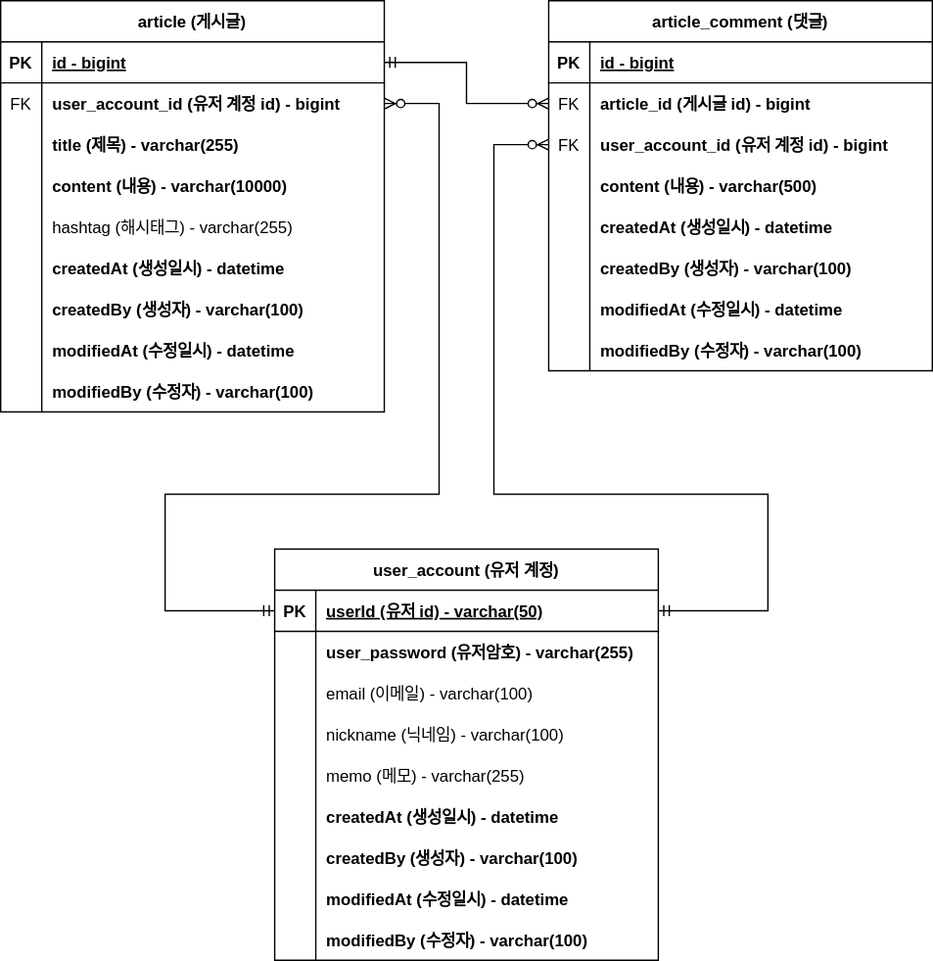
cpwoo/ProjectBoard keeps this draw.io diagram as document/project-board-erd.svg. Above is the earlier version. Source tidied: cells renumbered, new cells last; positions are measured from the earlier drawing's top-left corner, leaving out a move shared by most shapes.
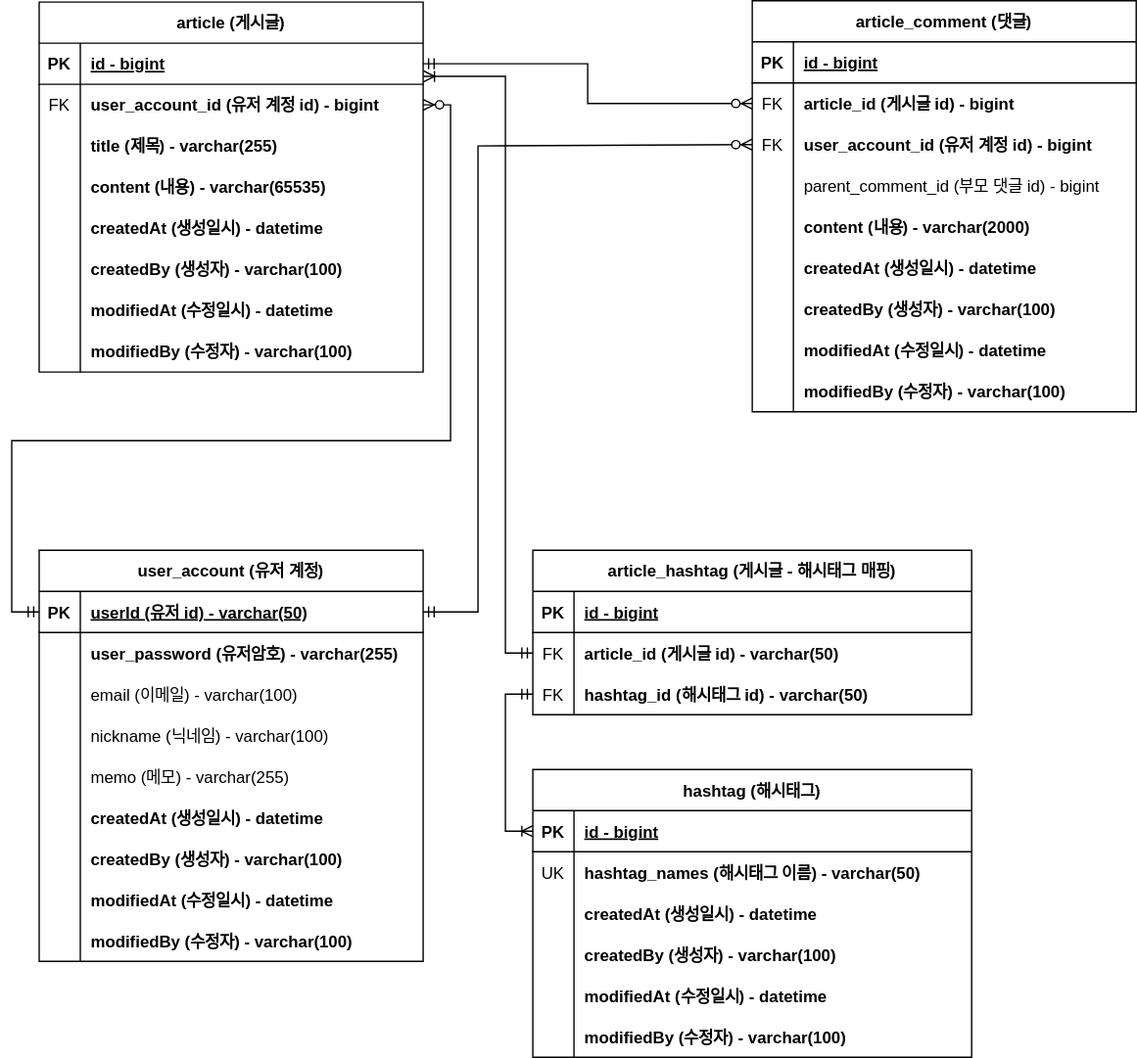
The same file after the commit.

Commit message:
#57 - project-board-erd.svg 업데이트: 대댓글, 해시태그

The edit, as a diff of the source:
```diff
@@ -3,7 +3,7 @@
     <mxCell id="0" />
     <mxCell id="1" parent="0" />
     <mxCell id="2" value="article (게시글)" style="shape=table;startSize=30;rowLines=0;fontStyle=1;align=center;" parent="1" vertex="1">
-      <mxGeometry width="280" height="300" as="geometry" />
+      <mxGeometry x="-40" width="280" height="270" as="geometry" />
     </mxCell>
     <mxCell id="3" style="shape=tableRow;horizontal=0;startSize=0;swimlaneHead=0;swimlaneBody=0;fillColor=none;points=[[0,0.5],[1,0.5]];portConstraint=eastwest;top=0;left=0;right=0;bottom=1;" parent="2" vertex="1">
       <mxGeometry y="30" width="280" height="30" as="geometry" />
@@ -38,20 +38,11 @@
     <mxCell id="13" style="shape=partialRectangle;fillColor=none;top=0;left=0;bottom=0;right=0;overflow=hidden;" parent="12" vertex="1">
       <mxGeometry width="30" height="30" as="geometry" />
     </mxCell>
-    <mxCell id="14" value="content (내용) - varchar(10000)" style="shape=partialRectangle;fillColor=none;top=0;left=0;bottom=0;right=0;align=left;spacingLeft=6;overflow=hidden;fontStyle=1;" parent="12" vertex="1">
+    <mxCell id="14" value="content (내용) - varchar(65535)" style="shape=partialRectangle;fillColor=none;top=0;left=0;bottom=0;right=0;align=left;spacingLeft=6;overflow=hidden;fontStyle=1;" parent="12" vertex="1">
       <mxGeometry x="30" width="250" height="30" as="geometry" />
     </mxCell>
-    <mxCell id="15" style="shape=tableRow;horizontal=0;startSize=0;swimlaneHead=0;swimlaneBody=0;fillColor=none;top=0;left=0;right=0;bottom=0;fontStyle=0;" parent="2" vertex="1">
-      <mxGeometry y="150" width="280" height="30" as="geometry" />
-    </mxCell>
-    <mxCell id="16" style="shape=partialRectangle;fillColor=none;top=0;left=0;bottom=0;right=0;overflow=hidden;" parent="15" vertex="1">
-      <mxGeometry width="30" height="30" as="geometry" />
-    </mxCell>
-    <mxCell id="17" value="hashtag (해시태그) - varchar(255)" style="shape=partialRectangle;fillColor=none;top=0;left=0;bottom=0;right=0;align=left;spacingLeft=6;overflow=hidden;fontStyle=0;" parent="15" vertex="1">
-      <mxGeometry x="30" width="250" height="30" as="geometry" />
-    </mxCell>
     <mxCell id="18" style="shape=tableRow;horizontal=0;startSize=0;swimlaneHead=0;swimlaneBody=0;fillColor=none;top=0;left=0;right=0;bottom=0;" parent="2" vertex="1">
-      <mxGeometry y="180" width="280" height="30" as="geometry" />
+      <mxGeometry y="150" width="280" height="30" as="geometry" />
     </mxCell>
     <mxCell id="19" style="shape=partialRectangle;fillColor=none;top=0;left=0;bottom=0;right=0;overflow=hidden;" parent="18" vertex="1">
       <mxGeometry width="30" height="30" as="geometry" />
@@ -60,7 +51,7 @@
       <mxGeometry x="30" width="250" height="30" as="geometry" />
     </mxCell>
     <mxCell id="21" style="shape=tableRow;horizontal=0;startSize=0;swimlaneHead=0;swimlaneBody=0;fillColor=none;top=0;left=0;right=0;bottom=0;" parent="2" vertex="1">
-      <mxGeometry y="210" width="280" height="30" as="geometry" />
+      <mxGeometry y="180" width="280" height="30" as="geometry" />
     </mxCell>
     <mxCell id="22" style="shape=partialRectangle;fillColor=none;top=0;left=0;bottom=0;right=0;overflow=hidden;" parent="21" vertex="1">
       <mxGeometry width="30" height="30" as="geometry" />
@@ -69,7 +60,7 @@
       <mxGeometry x="30" width="250" height="30" as="geometry" />
     </mxCell>
     <mxCell id="24" style="shape=tableRow;horizontal=0;startSize=0;swimlaneHead=0;swimlaneBody=0;fillColor=none;top=0;left=0;right=0;bottom=0;" parent="2" vertex="1">
-      <mxGeometry y="240" width="280" height="30" as="geometry" />
+      <mxGeometry y="210" width="280" height="30" as="geometry" />
     </mxCell>
     <mxCell id="25" style="shape=partialRectangle;fillColor=none;top=0;left=0;bottom=0;right=0;overflow=hidden;" parent="24" vertex="1">
       <mxGeometry width="30" height="30" as="geometry" />
@@ -78,7 +69,7 @@
       <mxGeometry x="30" width="250" height="30" as="geometry" />
     </mxCell>
     <mxCell id="27" style="shape=tableRow;horizontal=0;startSize=0;swimlaneHead=0;swimlaneBody=0;fillColor=none;top=0;left=0;right=0;bottom=0;" parent="2" vertex="1">
-      <mxGeometry y="270" width="280" height="30" as="geometry" />
+      <mxGeometry y="240" width="280" height="30" as="geometry" />
     </mxCell>
     <mxCell id="28" style="shape=partialRectangle;fillColor=none;top=0;left=0;bottom=0;right=0;overflow=hidden;" parent="27" vertex="1">
       <mxGeometry width="30" height="30" as="geometry" />
@@ -87,7 +78,7 @@
       <mxGeometry x="30" width="250" height="30" as="geometry" />
     </mxCell>
     <mxCell id="30" value="article_comment (댓글)" style="shape=table;startSize=30;rowLines=0;fontStyle=1;align=center;" parent="1" vertex="1">
-      <mxGeometry x="400" width="280" height="270" as="geometry" />
+      <mxGeometry x="480" y="-1" width="280" height="300" as="geometry" />
     </mxCell>
     <mxCell id="31" style="shape=tableRow;horizontal=0;startSize=0;swimlaneHead=0;swimlaneBody=0;fillColor=none;top=0;left=0;right=0;bottom=1;" parent="30" vertex="1">
       <mxGeometry y="30" width="280" height="30" as="geometry" />
@@ -116,17 +107,26 @@
     <mxCell id="39" value="user_account_id (유저 계정 id) - bigint" style="shape=partialRectangle;fillColor=none;top=0;left=0;bottom=0;right=0;align=left;spacingLeft=6;overflow=hidden;fontStyle=1;" parent="37" vertex="1">
       <mxGeometry x="30" width="250" height="30" as="geometry" />
     </mxCell>
+    <mxCell id="86" style="shape=tableRow;horizontal=0;startSize=0;swimlaneHead=0;swimlaneBody=0;fillColor=none;top=0;left=0;right=0;bottom=0;fontStyle=0;" parent="30" vertex="1">
+      <mxGeometry y="120" width="280" height="30" as="geometry" />
+    </mxCell>
+    <mxCell id="87" style="shape=partialRectangle;fillColor=none;top=0;left=0;bottom=0;right=0;overflow=hidden;" parent="86" vertex="1">
+      <mxGeometry width="30" height="30" as="geometry" />
+    </mxCell>
+    <mxCell id="88" value="parent_comment_id (부모 댓글 id) - bigint" style="shape=partialRectangle;fillColor=none;top=0;left=0;bottom=0;right=0;align=left;spacingLeft=6;overflow=hidden;fontStyle=0;" parent="86" vertex="1">
+      <mxGeometry x="30" width="250" height="30" as="geometry" />
+    </mxCell>
     <mxCell id="40" style="shape=tableRow;horizontal=0;startSize=0;swimlaneHead=0;swimlaneBody=0;fillColor=none;top=0;left=0;right=0;bottom=0;" parent="30" vertex="1">
-      <mxGeometry y="120" width="280" height="30" as="geometry" />
+      <mxGeometry y="150" width="280" height="30" as="geometry" />
     </mxCell>
     <mxCell id="41" style="shape=partialRectangle;fillColor=none;top=0;left=0;bottom=0;right=0;overflow=hidden;" parent="40" vertex="1">
       <mxGeometry width="30" height="30" as="geometry" />
     </mxCell>
-    <mxCell id="42" value="content (내용) - varchar(500)" style="shape=partialRectangle;fillColor=none;top=0;left=0;bottom=0;right=0;align=left;spacingLeft=6;overflow=hidden;fontStyle=1;" parent="40" vertex="1">
+    <mxCell id="42" value="content (내용) - varchar(2000)" style="shape=partialRectangle;fillColor=none;top=0;left=0;bottom=0;right=0;align=left;spacingLeft=6;overflow=hidden;fontStyle=1;" parent="40" vertex="1">
       <mxGeometry x="30" width="250" height="30" as="geometry" />
     </mxCell>
     <mxCell id="43" style="shape=tableRow;horizontal=0;startSize=0;swimlaneHead=0;swimlaneBody=0;fillColor=none;top=0;left=0;right=0;bottom=0;" parent="30" vertex="1">
-      <mxGeometry y="150" width="280" height="30" as="geometry" />
+      <mxGeometry y="180" width="280" height="30" as="geometry" />
     </mxCell>
     <mxCell id="44" style="shape=partialRectangle;fillColor=none;top=0;left=0;bottom=0;right=0;overflow=hidden;" parent="43" vertex="1">
       <mxGeometry width="30" height="30" as="geometry" />
@@ -135,7 +135,7 @@
       <mxGeometry x="30" width="250" height="30" as="geometry" />
     </mxCell>
     <mxCell id="46" style="shape=tableRow;horizontal=0;startSize=0;swimlaneHead=0;swimlaneBody=0;fillColor=none;top=0;left=0;right=0;bottom=0;" parent="30" vertex="1">
-      <mxGeometry y="180" width="280" height="30" as="geometry" />
+      <mxGeometry y="210" width="280" height="30" as="geometry" />
     </mxCell>
     <mxCell id="47" style="shape=partialRectangle;fillColor=none;top=0;left=0;bottom=0;right=0;overflow=hidden;" parent="46" vertex="1">
       <mxGeometry width="30" height="30" as="geometry" />
@@ -144,7 +144,7 @@
       <mxGeometry x="30" width="250" height="30" as="geometry" />
     </mxCell>
     <mxCell id="49" style="shape=tableRow;horizontal=0;startSize=0;swimlaneHead=0;swimlaneBody=0;fillColor=none;top=0;left=0;right=0;bottom=0;" parent="30" vertex="1">
-      <mxGeometry y="210" width="280" height="30" as="geometry" />
+      <mxGeometry y="240" width="280" height="30" as="geometry" />
     </mxCell>
     <mxCell id="50" style="shape=partialRectangle;fillColor=none;top=0;left=0;bottom=0;right=0;overflow=hidden;" parent="49" vertex="1">
       <mxGeometry width="30" height="30" as="geometry" />
@@ -153,7 +153,7 @@
       <mxGeometry x="30" width="250" height="30" as="geometry" />
     </mxCell>
     <mxCell id="52" style="shape=tableRow;horizontal=0;startSize=0;swimlaneHead=0;swimlaneBody=0;fillColor=none;top=0;left=0;right=0;bottom=0;" parent="30" vertex="1">
-      <mxGeometry y="240" width="280" height="30" as="geometry" />
+      <mxGeometry y="270" width="280" height="30" as="geometry" />
     </mxCell>
     <mxCell id="53" style="shape=partialRectangle;fillColor=none;top=0;left=0;bottom=0;right=0;overflow=hidden;" parent="52" vertex="1">
       <mxGeometry width="30" height="30" as="geometry" />
@@ -162,7 +162,7 @@
       <mxGeometry x="30" width="250" height="30" as="geometry" />
     </mxCell>
     <mxCell id="55" value="user_account (유저 계정)" style="shape=table;startSize=30;rowLines=0;fontStyle=1;align=center;" parent="1" vertex="1">
-      <mxGeometry x="200" y="400" width="280" height="300" as="geometry" />
+      <mxGeometry x="-40" y="400" width="280" height="300" as="geometry" />
     </mxCell>
     <mxCell id="56" style="shape=tableRow;horizontal=0;startSize=0;swimlaneHead=0;swimlaneBody=0;fillColor=none;points=[[0,0.5],[1,0.5]];portConstraint=eastwest;top=0;left=0;right=0;bottom=1;" parent="55" vertex="1">
       <mxGeometry y="30" width="280" height="30" as="geometry" />
@@ -248,25 +248,126 @@
     <mxCell id="83" style="fontSize=12;html=1;endArrow=ERzeroToMany;startArrow=ERmandOne;rounded=0;exitX=0;exitY=0.5;exitDx=0;exitDy=0;entryX=1;entryY=0.5;entryDx=0;entryDy=0;edgeStyle=orthogonalEdgeStyle;" parent="1" edge="1" source="56" target="6">
       <mxGeometry relative="1" as="geometry">
         <Array as="points">
-          <mxPoint x="120" y="445" />
-          <mxPoint x="120" y="360" />
-          <mxPoint x="320" y="360" />
-          <mxPoint x="320" y="75" />
+          <mxPoint x="-60" y="445" />
+          <mxPoint x="-60" y="320" />
+          <mxPoint x="260" y="320" />
+          <mxPoint x="260" y="75" />
         </Array>
       </mxGeometry>
     </mxCell>
     <mxCell id="84" style="fontSize=12;html=1;endArrow=ERzeroToMany;startArrow=ERmandOne;rounded=0;exitX=1;exitY=0.5;exitDx=0;exitDy=0;entryX=0;entryY=0.5;entryDx=0;entryDy=0;edgeStyle=orthogonalEdgeStyle;" parent="1" edge="1" source="56" target="37">
       <mxGeometry relative="1" as="geometry">
         <Array as="points">
-          <mxPoint x="560" y="445" />
-          <mxPoint x="560" y="360" />
-          <mxPoint x="360" y="360" />
-          <mxPoint x="360" y="105" />
+          <mxPoint x="280" y="445" />
+          <mxPoint x="280" y="105" />
         </Array>
       </mxGeometry>
     </mxCell>
     <mxCell id="85" style="fontSize=12;html=1;endArrow=ERzeroToMany;startArrow=ERmandOne;rounded=0;exitX=1;exitY=0.5;exitDx=0;exitDy=0;entryX=0;entryY=0.5;entryDx=0;entryDy=0;edgeStyle=orthogonalEdgeStyle;" parent="1" edge="1" source="3" target="34">
       <mxGeometry relative="1" as="geometry" />
     </mxCell>
+    <mxCell id="89" value="article_hashtag (게시글 - 해시태그 매핑)" style="shape=table;startSize=30;rowLines=0;fontStyle=1;align=center;" parent="1" vertex="1">
+      <mxGeometry x="320" y="400" width="320" height="120" as="geometry" />
+    </mxCell>
+    <mxCell id="90" style="shape=tableRow;horizontal=0;startSize=0;swimlaneHead=0;swimlaneBody=0;fillColor=none;top=0;left=0;right=0;bottom=1;" parent="89" vertex="1">
+      <mxGeometry y="30" width="320" height="30" as="geometry" />
+    </mxCell>
+    <mxCell id="91" value="PK" style="shape=partialRectangle;fillColor=none;top=0;left=0;bottom=0;right=0;fontStyle=1;overflow=hidden;" parent="90" vertex="1">
+      <mxGeometry width="30" height="30" as="geometry" />
+    </mxCell>
+    <mxCell id="92" value="id - bigint" style="shape=partialRectangle;fillColor=none;top=0;left=0;bottom=0;right=0;align=left;spacingLeft=6;fontStyle=5;overflow=hidden;" parent="90" vertex="1">
+      <mxGeometry x="30" width="290" height="30" as="geometry" />
+    </mxCell>
+    <mxCell id="93" style="shape=tableRow;horizontal=0;startSize=0;swimlaneHead=0;swimlaneBody=0;fillColor=none;points=[[0,0.5],[1,0.5]];portConstraint=eastwest;top=0;left=0;right=0;bottom=0;" parent="89" vertex="1">
+      <mxGeometry y="60" width="320" height="30" as="geometry" />
+    </mxCell>
+    <mxCell id="94" value="FK" style="shape=partialRectangle;fillColor=none;top=0;left=0;bottom=0;right=0;overflow=hidden;" parent="93" vertex="1">
+      <mxGeometry width="30" height="30" as="geometry" />
+    </mxCell>
+    <mxCell id="95" value="article_id (게시글 id) - varchar(50)" style="shape=partialRectangle;fillColor=none;top=0;left=0;bottom=0;right=0;align=left;spacingLeft=6;overflow=hidden;fontStyle=1;" parent="93" vertex="1">
+      <mxGeometry x="30" width="290" height="30" as="geometry" />
+    </mxCell>
+    <mxCell id="96" style="shape=tableRow;horizontal=0;startSize=0;swimlaneHead=0;swimlaneBody=0;fillColor=none;points=[[0,0.5],[1,0.5]];portConstraint=eastwest;top=0;left=0;right=0;bottom=0;" parent="89" vertex="1">
+      <mxGeometry y="90" width="320" height="30" as="geometry" />
+    </mxCell>
+    <mxCell id="97" value="FK" style="shape=partialRectangle;fillColor=none;top=0;left=0;bottom=0;right=0;overflow=hidden;" parent="96" vertex="1">
+      <mxGeometry width="30" height="30" as="geometry" />
+    </mxCell>
+    <mxCell id="98" value="hashtag_id (해시태그 id) - varchar(50)" style="shape=partialRectangle;fillColor=none;top=0;left=0;bottom=0;right=0;align=left;spacingLeft=6;overflow=hidden;fontStyle=1;" parent="96" vertex="1">
+      <mxGeometry x="30" width="290" height="30" as="geometry" />
+    </mxCell>
+    <mxCell id="99" style="edgeStyle=orthogonalEdgeStyle;rounded=0;jettySize=auto;html=1;exitX=0;exitY=0.5;exitDx=0;exitDy=0;entryX=1.001;entryY=0.808;entryDx=0;entryDy=0;entryPerimeter=0;startArrow=ERmandOne;startFill=0;endArrow=ERoneToMany;endFill=0;" parent="1" edge="1" source="93" target="3">
+      <mxGeometry relative="1" as="geometry">
+        <Array as="points">
+          <mxPoint x="300" y="475" />
+          <mxPoint x="300" y="54" />
+        </Array>
+      </mxGeometry>
+    </mxCell>
+    <mxCell id="100" value="hashtag (해시태그)" style="shape=table;startSize=30;rowLines=0;fontStyle=1;align=center;" parent="1" vertex="1">
+      <mxGeometry x="320" y="560" width="320" height="210" as="geometry" />
+    </mxCell>
+    <mxCell id="101" style="shape=tableRow;horizontal=0;startSize=0;swimlaneHead=0;swimlaneBody=0;fillColor=none;points=[[0,0.5],[1,0.5]];portConstraint=eastwest;top=0;left=0;right=0;bottom=1;" parent="100" vertex="1">
+      <mxGeometry y="30" width="320" height="30" as="geometry" />
+    </mxCell>
+    <mxCell id="102" value="PK" style="shape=partialRectangle;fillColor=none;top=0;left=0;bottom=0;right=0;fontStyle=1;overflow=hidden;" parent="101" vertex="1">
+      <mxGeometry width="30" height="30" as="geometry" />
+    </mxCell>
+    <mxCell id="103" value="id - bigint" style="shape=partialRectangle;fillColor=none;top=0;left=0;bottom=0;right=0;align=left;spacingLeft=6;fontStyle=5;overflow=hidden;" parent="101" vertex="1">
+      <mxGeometry x="30" width="290" height="30" as="geometry" />
+    </mxCell>
+    <mxCell id="104" style="shape=tableRow;horizontal=0;startSize=0;swimlaneHead=0;swimlaneBody=0;fillColor=none;top=0;left=0;right=0;bottom=0;" parent="100" vertex="1">
+      <mxGeometry y="60" width="320" height="30" as="geometry" />
+    </mxCell>
+    <mxCell id="105" value="UK" style="shape=partialRectangle;fillColor=none;top=0;left=0;bottom=0;right=0;overflow=hidden;" parent="104" vertex="1">
+      <mxGeometry width="30" height="30" as="geometry" />
+    </mxCell>
+    <mxCell id="106" value="hashtag_names (해시태그 이름) - varchar(50)" style="shape=partialRectangle;fillColor=none;top=0;left=0;bottom=0;right=0;align=left;spacingLeft=6;overflow=hidden;fontStyle=1;" parent="104" vertex="1">
+      <mxGeometry x="30" width="290" height="30" as="geometry" />
+    </mxCell>
+    <mxCell id="107" style="shape=tableRow;horizontal=0;startSize=0;swimlaneHead=0;swimlaneBody=0;fillColor=none;top=0;left=0;right=0;bottom=0;" parent="100" vertex="1">
+      <mxGeometry y="90" width="320" height="30" as="geometry" />
+    </mxCell>
+    <mxCell id="108" style="shape=partialRectangle;fillColor=none;top=0;left=0;bottom=0;right=0;overflow=hidden;" parent="107" vertex="1">
+      <mxGeometry width="30" height="30" as="geometry" />
+    </mxCell>
+    <mxCell id="109" value="createdAt (생성일시) - datetime" style="shape=partialRectangle;fillColor=none;top=0;left=0;bottom=0;right=0;align=left;spacingLeft=6;overflow=hidden;fontStyle=1;" parent="107" vertex="1">
+      <mxGeometry x="30" width="290" height="30" as="geometry" />
+    </mxCell>
+    <mxCell id="110" style="shape=tableRow;horizontal=0;startSize=0;swimlaneHead=0;swimlaneBody=0;fillColor=none;top=0;left=0;right=0;bottom=0;" parent="100" vertex="1">
+      <mxGeometry y="120" width="320" height="30" as="geometry" />
+    </mxCell>
+    <mxCell id="111" style="shape=partialRectangle;fillColor=none;top=0;left=0;bottom=0;right=0;overflow=hidden;" parent="110" vertex="1">
+      <mxGeometry width="30" height="30" as="geometry" />
+    </mxCell>
+    <mxCell id="112" value="createdBy (생성자) - varchar(100)" style="shape=partialRectangle;fillColor=none;top=0;left=0;bottom=0;right=0;align=left;spacingLeft=6;overflow=hidden;fontStyle=1;" parent="110" vertex="1">
+      <mxGeometry x="30" width="290" height="30" as="geometry" />
+    </mxCell>
+    <mxCell id="113" style="shape=tableRow;horizontal=0;startSize=0;swimlaneHead=0;swimlaneBody=0;fillColor=none;top=0;left=0;right=0;bottom=0;" parent="100" vertex="1">
+      <mxGeometry y="150" width="320" height="30" as="geometry" />
+    </mxCell>
+    <mxCell id="114" style="shape=partialRectangle;fillColor=none;top=0;left=0;bottom=0;right=0;overflow=hidden;" parent="113" vertex="1">
+      <mxGeometry width="30" height="30" as="geometry" />
+    </mxCell>
+    <mxCell id="115" value="modifiedAt (수정일시) - datetime" style="shape=partialRectangle;fillColor=none;top=0;left=0;bottom=0;right=0;align=left;spacingLeft=6;overflow=hidden;fontStyle=1;" parent="113" vertex="1">
+      <mxGeometry x="30" width="290" height="30" as="geometry" />
+    </mxCell>
+    <mxCell id="116" style="shape=tableRow;horizontal=0;startSize=0;swimlaneHead=0;swimlaneBody=0;fillColor=none;top=0;left=0;right=0;bottom=0;" parent="100" vertex="1">
+      <mxGeometry y="180" width="320" height="30" as="geometry" />
+    </mxCell>
+    <mxCell id="117" style="shape=partialRectangle;fillColor=none;top=0;left=0;bottom=0;right=0;overflow=hidden;" parent="116" vertex="1">
+      <mxGeometry width="30" height="30" as="geometry" />
+    </mxCell>
+    <mxCell id="118" value="modifiedBy (수정자) - varchar(100)" style="shape=partialRectangle;fillColor=none;top=0;left=0;bottom=0;right=0;align=left;spacingLeft=6;overflow=hidden;fontStyle=1;" parent="116" vertex="1">
+      <mxGeometry x="30" width="290" height="30" as="geometry" />
+    </mxCell>
+    <mxCell id="119" style="edgeStyle=orthogonalEdgeStyle;rounded=0;jettySize=auto;html=1;exitX=0;exitY=0.5;exitDx=0;exitDy=0;entryX=0;entryY=0.5;entryDx=0;entryDy=0;startArrow=ERmandOne;startFill=0;endArrow=ERoneToMany;endFill=0;" parent="1" edge="1" source="96" target="101">
+      <mxGeometry relative="1" as="geometry">
+        <Array as="points">
+          <mxPoint x="300" y="505" />
+          <mxPoint x="300" y="605" />
+        </Array>
+      </mxGeometry>
+    </mxCell>
   </root>
 </mxGraphModel>
```
